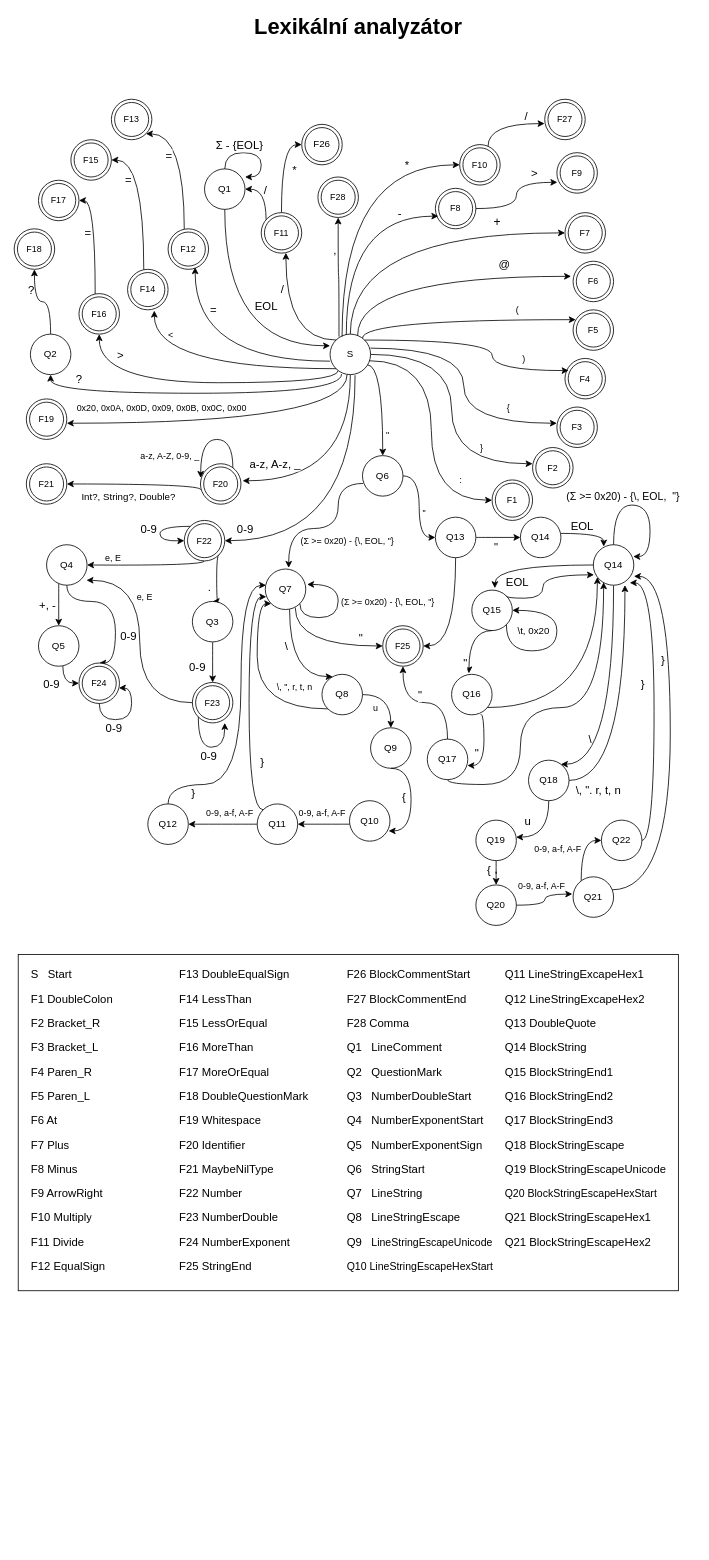
Before: doc/ifj23.drawio in IFJ23-Survivalists/IFJ23, a draw.io diagram. Source tidied: cells renumbered, new cells numbered last; positions are measured from the earlier drawing's top-left corner, leaving out a move shared by most shapes. Both pictures are drawn from the tidied source at 81%, with x=0, y=0 at pixel (14, 15).
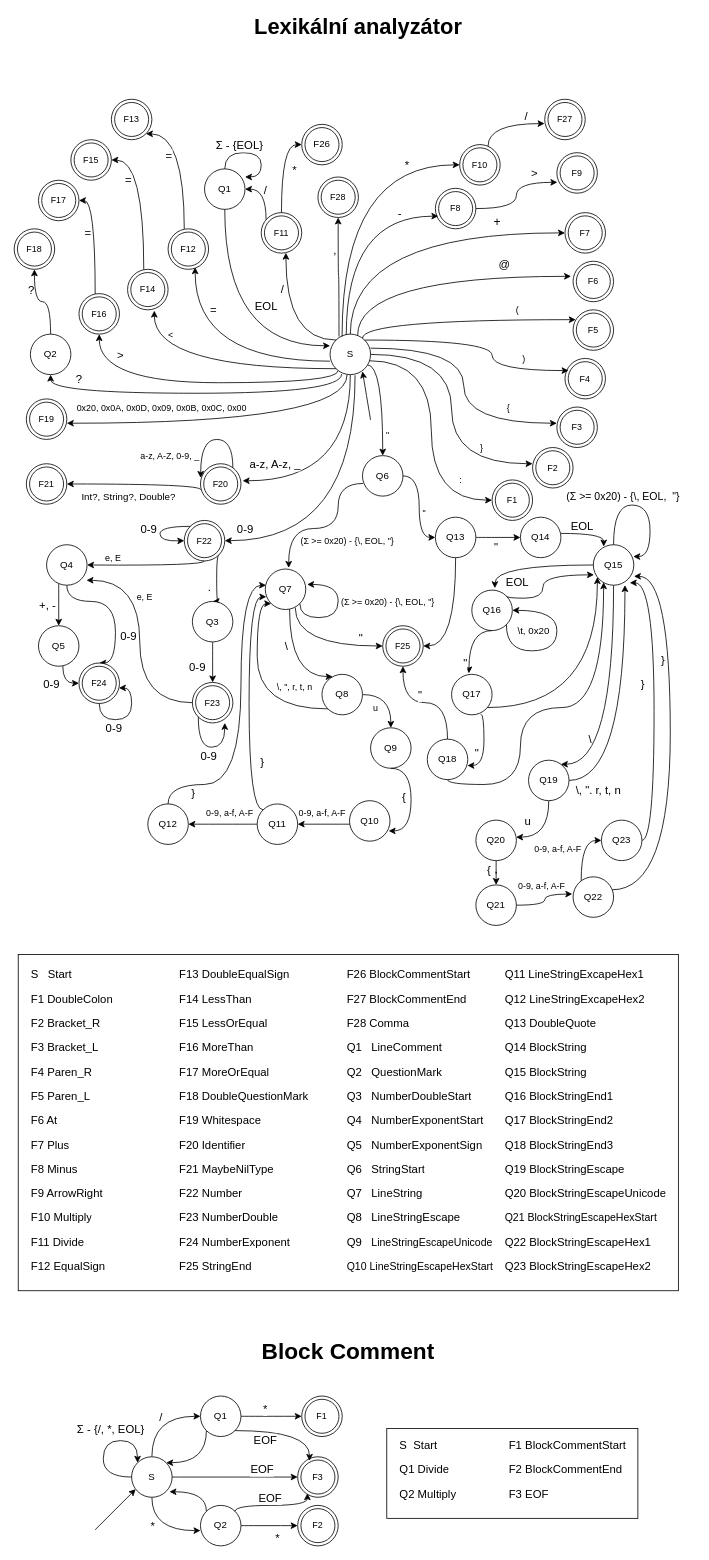
After the change.

Commit message:
Add block commment finite automata

Unchanged cells that the change refers to:
```xml
<mxCell id="18" value="S" style="ellipse;whiteSpace=wrap;html=1;" parent="1" vertex="1">
  <mxGeometry x="390" y="394" width="50" height="50" as="geometry" />
</mxCell>
```

Diff of the diagram source:
```diff
@@
-    <mxCell id="34" value="Q14" style="ellipse;whiteSpace=wrap;html=1;" parent="1" vertex="1">
+    <mxCell id="34" value="Q15" style="ellipse;whiteSpace=wrap;html=1;" parent="1" vertex="1">
       <mxGeometry x="715" y="654" width="50" height="50" as="geometry" />
     </mxCell>
@@
-    <mxCell id="139" value="Q15" style="ellipse;whiteSpace=wrap;html=1;" parent="1" vertex="1">
+    <mxCell id="139" value="Q16" style="ellipse;whiteSpace=wrap;html=1;" parent="1" vertex="1">
       <mxGeometry x="565" y="710" width="50" height="50" as="geometry" />
     </mxCell>
@@
-    <mxCell id="142" value="Q16" style="ellipse;whiteSpace=wrap;html=1;" parent="1" vertex="1">
+    <mxCell id="142" value="Q17" style="ellipse;whiteSpace=wrap;html=1;" parent="1" vertex="1">
       <mxGeometry x="540" y="814" width="50" height="50" as="geometry" />
     </mxCell>
@@
-    <mxCell id="149" value="Q18" style="ellipse;whiteSpace=wrap;html=1;" parent="1" vertex="1">
+    <mxCell id="149" value="Q19" style="ellipse;whiteSpace=wrap;html=1;" parent="1" vertex="1">
       <mxGeometry x="635" y="920" width="50" height="50" as="geometry" />
     </mxCell>
@@
-    <mxCell id="156" value="Q19" style="ellipse;whiteSpace=wrap;html=1;" parent="1" vertex="1">
+    <mxCell id="156" value="Q20" style="ellipse;whiteSpace=wrap;html=1;" parent="1" vertex="1">
       <mxGeometry x="570" y="994" width="50" height="50" as="geometry" />
     </mxCell>
-    <mxCell id="157" value="Q20" style="ellipse;whiteSpace=wrap;html=1;" parent="1" vertex="1">
+    <mxCell id="157" value="Q21" style="ellipse;whiteSpace=wrap;html=1;" parent="1" vertex="1">
       <mxGeometry x="570" y="1074" width="50" height="50" as="geometry" />
     </mxCell>
@@
-    <mxCell id="160" value="Q21" style="ellipse;whiteSpace=wrap;html=1;" parent="1" vertex="1">
+    <mxCell id="160" value="Q22" style="ellipse;whiteSpace=wrap;html=1;" parent="1" vertex="1">
       <mxGeometry x="690" y="1064" width="50" height="50" as="geometry" />
     </mxCell>
-    <mxCell id="161" value="Q22" style="ellipse;whiteSpace=wrap;html=1;" parent="1" vertex="1">
+    <mxCell id="161" value="Q23" style="ellipse;whiteSpace=wrap;html=1;" parent="1" vertex="1">
       <mxGeometry x="725" y="994" width="50" height="50" as="geometry" />
     </mxCell>
@@
-    <mxCell id="177" value="Q15 BlockStringEnd1" style="text;strokeColor=none;fillColor=none;align=left;verticalAlign=middle;spacingLeft=4;spacingRight=4;overflow=hidden;whiteSpace=wrap;html=1;fontSize=14;fontFamily=Helvetica;fontColor=default;" parent="1" vertex="1">
-      <mxGeometry x="600" y="1290" width="190" height="30" as="geometry" />
+    <mxCell id="177" value="Q16 BlockStringEnd1" style="text;strokeColor=none;fillColor=none;align=left;verticalAlign=middle;spacingLeft=4;spacingRight=4;overflow=hidden;whiteSpace=wrap;html=1;fontSize=14;fontFamily=Helvetica;fontColor=default;" parent="1" vertex="1">
+      <mxGeometry x="600" y="1320" width="190" height="30" as="geometry" />
     </mxCell>
@@
-    <mxCell id="180" value="Q16 BlockStringEnd2" style="text;strokeColor=none;fillColor=none;align=left;verticalAlign=middle;spacingLeft=4;spacingRight=4;overflow=hidden;whiteSpace=wrap;html=1;fontSize=14;fontFamily=Helvetica;fontColor=default;" parent="1" vertex="1">
-      <mxGeometry x="600" y="1320" width="190" height="30" as="geometry" />
+    <mxCell id="180" value="Q17 BlockStringEnd2" style="text;strokeColor=none;fillColor=none;align=left;verticalAlign=middle;spacingLeft=4;spacingRight=4;overflow=hidden;whiteSpace=wrap;html=1;fontSize=14;fontFamily=Helvetica;fontColor=default;" parent="1" vertex="1">
+      <mxGeometry x="600" y="1350" width="190" height="30" as="geometry" />
     </mxCell>
@@
-    <mxCell id="184" value="Q18 BlockStringEscape" style="text;strokeColor=none;fillColor=none;align=left;verticalAlign=middle;spacingLeft=4;spacingRight=4;overflow=hidden;whiteSpace=wrap;html=1;fontSize=14;fontFamily=Helvetica;fontColor=default;" parent="1" vertex="1">
-      <mxGeometry x="600" y="1380" width="190" height="30" as="geometry" />
+    <mxCell id="184" value="Q19 BlockStringEscape" style="text;strokeColor=none;fillColor=none;align=left;verticalAlign=middle;spacingLeft=4;spacingRight=4;overflow=hidden;whiteSpace=wrap;html=1;fontSize=14;fontFamily=Helvetica;fontColor=default;" parent="1" vertex="1">
+      <mxGeometry x="600" y="1410" width="190" height="30" as="geometry" />
     </mxCell>
@@
-    <mxCell id="188" value="Q19 BlockStringEscapeUnicode" style="text;strokeColor=none;fillColor=none;align=left;verticalAlign=middle;spacingLeft=4;spacingRight=4;overflow=hidden;whiteSpace=wrap;html=1;fontSize=14;fontFamily=Helvetica;fontColor=default;" parent="1" vertex="1">
-      <mxGeometry x="600" y="1410" width="210" height="30" as="geometry" />
+    <mxCell id="188" value="Q20 BlockStringEscapeUnicode" style="text;strokeColor=none;fillColor=none;align=left;verticalAlign=middle;spacingLeft=4;spacingRight=4;overflow=hidden;whiteSpace=wrap;html=1;fontSize=14;fontFamily=Helvetica;fontColor=default;" parent="1" vertex="1">
+      <mxGeometry x="600" y="1440" width="210" height="30" as="geometry" />
     </mxCell>
@@
-    <mxCell id="192" value="Q20 BlockStringEscapeHexStart" style="text;strokeColor=none;fillColor=none;align=left;verticalAlign=middle;spacingLeft=4;spacingRight=4;overflow=hidden;whiteSpace=wrap;html=1;fontSize=13;fontFamily=Helvetica;fontColor=default;" parent="1" vertex="1">
-      <mxGeometry x="600" y="1440" width="210" height="30" as="geometry" />
+    <mxCell id="192" value="Q21 BlockStringEscapeHexStart" style="text;strokeColor=none;fillColor=none;align=left;verticalAlign=middle;spacingLeft=4;spacingRight=4;overflow=hidden;whiteSpace=wrap;html=1;fontSize=13;fontFamily=Helvetica;fontColor=default;" parent="1" vertex="1">
+      <mxGeometry x="600" y="1470" width="210" height="30" as="geometry" />
     </mxCell>
@@
-    <mxCell id="196" value="Q21 BlockStringEscapeHex1" style="text;strokeColor=none;fillColor=none;align=left;verticalAlign=middle;spacingLeft=4;spacingRight=4;overflow=hidden;whiteSpace=wrap;html=1;fontSize=14;fontFamily=Helvetica;fontColor=default;" parent="1" vertex="1">
-      <mxGeometry x="600" y="1470" width="205" height="30" as="geometry" />
+    <mxCell id="196" value="Q22 BlockStringEscapeHex1" style="text;strokeColor=none;fillColor=none;align=left;verticalAlign=middle;spacingLeft=4;spacingRight=4;overflow=hidden;whiteSpace=wrap;html=1;fontSize=14;fontFamily=Helvetica;fontColor=default;" parent="1" vertex="1">
+      <mxGeometry x="600" y="1500" width="205" height="30" as="geometry" />
     </mxCell>
@@
-    <mxCell id="200" value="Q21 BlockStringEscapeHex2" style="text;strokeColor=none;fillColor=none;align=left;verticalAlign=middle;spacingLeft=4;spacingRight=4;overflow=hidden;whiteSpace=wrap;html=1;fontSize=14;fontFamily=Helvetica;fontColor=default;" parent="1" vertex="1">
-      <mxGeometry x="600" y="1500" width="195" height="30" as="geometry" />
+    <mxCell id="200" value="Q23 BlockStringEscapeHex2" style="text;strokeColor=none;fillColor=none;align=left;verticalAlign=middle;spacingLeft=4;spacingRight=4;overflow=hidden;whiteSpace=wrap;html=1;fontSize=14;fontFamily=Helvetica;fontColor=default;" parent="1" vertex="1">
+      <mxGeometry x="600" y="1530" width="195" height="30" as="geometry" />
     </mxCell>
@@
-    <mxCell id="234" value="Q17" style="ellipse;whiteSpace=wrap;html=1;" parent="1" vertex="1">
+    <mxCell id="234" value="Q18" style="ellipse;whiteSpace=wrap;html=1;" parent="1" vertex="1">
       <mxGeometry x="510" y="894" width="50" height="50" as="geometry" />
     </mxCell>
@@
-    <mxCell id="246" value="Q17 BlockStringEnd3" style="text;strokeColor=none;fillColor=none;align=left;verticalAlign=middle;spacingLeft=4;spacingRight=4;overflow=hidden;whiteSpace=wrap;html=1;fontSize=14;fontFamily=Helvetica;fontColor=default;" parent="1" vertex="1">
-      <mxGeometry x="600" y="1350" width="190" height="30" as="geometry" />
+    <mxCell id="246" value="Q18 BlockStringEnd3" style="text;strokeColor=none;fillColor=none;align=left;verticalAlign=middle;spacingLeft=4;spacingRight=4;overflow=hidden;whiteSpace=wrap;html=1;fontSize=14;fontFamily=Helvetica;fontColor=default;" parent="1" vertex="1">
+      <mxGeometry x="600" y="1380" width="190" height="30" as="geometry" />
     </mxCell>
@@
+    <mxCell id="249" value="Q15 BlockString" style="text;strokeColor=none;fillColor=none;align=left;verticalAlign=middle;spacingLeft=4;spacingRight=4;overflow=hidden;whiteSpace=wrap;html=1;fontSize=14;fontFamily=Helvetica;fontColor=default;" parent="1" vertex="1">
+      <mxGeometry x="600" y="1290" width="190" height="30" as="geometry" />
+    </mxCell>
+    <mxCell id="250" style="edgeStyle=orthogonalEdgeStyle;rounded=0;jettySize=auto;html=1;entryX=0;entryY=0.5;entryDx=0;entryDy=0;curved=1;" parent="1" edge="1" source="254" target="260">
+      <mxGeometry relative="1" as="geometry">
+        <Array as="points">
+          <mxPoint x="170" y="1730" />
+        </Array>
+      </mxGeometry>
+    </mxCell>
+    <mxCell id="251" value="/" style="edgeLabel;html=1;align=center;verticalAlign=middle;fontSize=14;fontFamily=Helvetica;fontColor=default;" parent="250" vertex="1">
+      <mxGeometry x="0.26" y="-9" relative="1" as="geometry">
+        <mxPoint x="-9" y="-9" as="offset" />
+      </mxGeometry>
+    </mxCell>
+    <mxCell id="252" style="edgeStyle=orthogonalEdgeStyle;shape=connector;curved=1;rounded=0;jettySize=auto;html=1;labelBackgroundColor=default;strokeColor=default;align=center;verticalAlign=middle;fontFamily=Helvetica;fontSize=14;fontColor=default;endArrow=classic;entryX=0;entryY=0.5;entryDx=0;entryDy=0;" parent="1" edge="1" source="254" target="268">
+      <mxGeometry relative="1" as="geometry" />
+    </mxCell>
+    <mxCell id="253" value="EOF" style="edgeLabel;html=1;align=center;verticalAlign=middle;fontSize=14;fontFamily=Helvetica;fontColor=default;" parent="252" vertex="1">
+      <mxGeometry x="0.39" y="-2" relative="1" as="geometry">
+        <mxPoint x="2" y="-12" as="offset" />
+      </mxGeometry>
+    </mxCell>
+    <mxCell id="254" value="S" style="ellipse;whiteSpace=wrap;html=1;" parent="1" vertex="1">
+      <mxGeometry x="145" y="1780" width="50" height="50" as="geometry" />
+    </mxCell>
+    <mxCell id="255" value="F1" style="ellipse;shape=doubleEllipse;whiteSpace=wrap;html=1;fontFamily=Helvetica;fontSize=11;fontColor=default;" parent="1" vertex="1">
+      <mxGeometry x="355" y="1705" width="50" height="50" as="geometry" />
+    </mxCell>
+    <mxCell id="256" style="endArrow=classic;html=1;rounded=0;" parent="1" edge="1">
+      <mxGeometry relative="1" as="geometry">
+        <mxPoint x="100" y="1870" as="sourcePoint" />
+        <mxPoint x="150" y="1820" as="targetPoint" />
+      </mxGeometry>
+    </mxCell>
+    <mxCell id="257" style="edgeStyle=orthogonalEdgeStyle;shape=connector;curved=1;rounded=0;jettySize=auto;html=1;entryX=0;entryY=0.5;entryDx=0;entryDy=0;labelBackgroundColor=default;strokeColor=default;align=center;verticalAlign=middle;fontFamily=Helvetica;fontSize=11;fontColor=default;endArrow=classic;" parent="1" edge="1" source="260" target="255">
+      <mxGeometry relative="1" as="geometry" />
+    </mxCell>
+    <mxCell id="258" value="*" style="edgeLabel;html=1;align=center;verticalAlign=middle;fontSize=14;fontFamily=Helvetica;fontColor=default;" parent="257" vertex="1">
+      <mxGeometry x="-0.25" y="2" relative="1" as="geometry">
+        <mxPoint x="1" y="-8" as="offset" />
+      </mxGeometry>
+    </mxCell>
+    <mxCell id="259" style="edgeStyle=orthogonalEdgeStyle;shape=connector;curved=1;rounded=0;jettySize=auto;html=1;exitX=0;exitY=1;exitDx=0;exitDy=0;entryX=1;entryY=0;entryDx=0;entryDy=0;labelBackgroundColor=default;strokeColor=default;align=center;verticalAlign=middle;fontFamily=Helvetica;fontSize=14;fontColor=default;endArrow=classic;" parent="1" edge="1" source="260" target="254">
+      <mxGeometry relative="1" as="geometry">
+        <Array as="points">
+          <mxPoint x="237" y="1787" />
+        </Array>
+      </mxGeometry>
+    </mxCell>
+    <mxCell id="260" value="Q1" style="ellipse;whiteSpace=wrap;html=1;" parent="1" vertex="1">
+      <mxGeometry x="230" y="1705" width="50" height="50" as="geometry" />
+    </mxCell>
+    <mxCell id="261" style="edgeStyle=orthogonalEdgeStyle;shape=connector;curved=1;rounded=0;jettySize=auto;html=1;labelBackgroundColor=default;strokeColor=default;align=center;verticalAlign=middle;fontFamily=Helvetica;fontSize=11;fontColor=default;endArrow=classic;" parent="1" edge="1" source="263" target="266">
+      <mxGeometry relative="1" as="geometry" />
+    </mxCell>
+    <mxCell id="262" value="*" style="edgeLabel;html=1;align=center;verticalAlign=middle;fontSize=14;fontFamily=Helvetica;fontColor=default;" parent="261" vertex="1">
+      <mxGeometry x="-0.13" relative="1" as="geometry">
+        <mxPoint x="14" y="15" as="offset" />
+      </mxGeometry>
+    </mxCell>
+    <mxCell id="263" value="Q2" style="ellipse;whiteSpace=wrap;html=1;" parent="1" vertex="1">
+      <mxGeometry x="230" y="1840" width="50" height="50" as="geometry" />
+    </mxCell>
+    <mxCell id="264" style="edgeStyle=orthogonalEdgeStyle;rounded=0;jettySize=auto;html=1;entryX=0;entryY=0.623;entryDx=0;entryDy=0;entryPerimeter=0;curved=1;" parent="1" edge="1" source="254" target="263">
+      <mxGeometry relative="1" as="geometry">
+        <Array as="points">
+          <mxPoint x="170" y="1871" />
+        </Array>
+      </mxGeometry>
+    </mxCell>
+    <mxCell id="265" value="*" style="edgeLabel;html=1;align=center;verticalAlign=middle;fontSize=14;fontFamily=Helvetica;fontColor=default;" parent="264" vertex="1">
+      <mxGeometry x="0.18" y="7" relative="1" as="geometry">
+        <mxPoint x="-18" y="1" as="offset" />
+      </mxGeometry>
+    </mxCell>
+    <mxCell id="266" value="F2" style="ellipse;shape=doubleEllipse;whiteSpace=wrap;html=1;fontFamily=Helvetica;fontSize=11;fontColor=default;" parent="1" vertex="1">
+      <mxGeometry x="350" y="1840" width="50" height="50" as="geometry" />
+    </mxCell>
+    <mxCell id="267" style="edgeStyle=orthogonalEdgeStyle;shape=connector;curved=1;rounded=0;jettySize=auto;html=1;exitX=0;exitY=0;exitDx=0;exitDy=0;entryX=0.934;entryY=0.863;entryDx=0;entryDy=0;entryPerimeter=0;labelBackgroundColor=default;strokeColor=default;align=center;verticalAlign=middle;fontFamily=Helvetica;fontSize=14;fontColor=default;endArrow=classic;" parent="1" edge="1" source="263" target="254">
+      <mxGeometry relative="1" as="geometry">
+        <Array as="points">
+          <mxPoint x="237" y="1823" />
+        </Array>
+      </mxGeometry>
+    </mxCell>
+    <mxCell id="268" value="F3" style="ellipse;shape=doubleEllipse;whiteSpace=wrap;html=1;fontFamily=Helvetica;fontSize=11;fontColor=default;" parent="1" vertex="1">
+      <mxGeometry x="350" y="1780" width="50" height="50" as="geometry" />
+    </mxCell>
+    <mxCell id="269" style="edgeStyle=orthogonalEdgeStyle;shape=connector;curved=1;rounded=0;jettySize=auto;html=1;exitX=1;exitY=1;exitDx=0;exitDy=0;entryX=0.293;entryY=0.1;entryDx=0;entryDy=0;entryPerimeter=0;labelBackgroundColor=default;strokeColor=default;align=center;verticalAlign=middle;fontFamily=Helvetica;fontSize=14;fontColor=default;endArrow=classic;" parent="1" edge="1" source="260" target="268">
+      <mxGeometry relative="1" as="geometry" />
+    </mxCell>
+    <mxCell id="270" value="EOF" style="edgeLabel;html=1;align=center;verticalAlign=middle;fontSize=14;fontFamily=Helvetica;fontColor=default;" parent="269" vertex="1">
+      <mxGeometry x="-0.1" y="-6" relative="1" as="geometry">
+        <mxPoint x="-21" y="6" as="offset" />
+      </mxGeometry>
+    </mxCell>
+    <mxCell id="271" style="edgeStyle=orthogonalEdgeStyle;shape=connector;curved=1;rounded=0;jettySize=auto;html=1;exitX=1;exitY=0;exitDx=0;exitDy=0;entryX=0.24;entryY=0.9;entryDx=0;entryDy=0;entryPerimeter=0;labelBackgroundColor=default;strokeColor=default;align=center;verticalAlign=middle;fontFamily=Helvetica;fontSize=14;fontColor=default;endArrow=classic;" parent="1" edge="1" source="263" target="268">
+      <mxGeometry relative="1" as="geometry">
+        <Array as="points">
+          <mxPoint x="273" y="1840" />
+          <mxPoint x="362" y="1840" />
+        </Array>
+      </mxGeometry>
+    </mxCell>
+    <mxCell id="272" value="EOF" style="edgeLabel;html=1;align=center;verticalAlign=middle;fontSize=14;fontFamily=Helvetica;fontColor=default;" parent="271" vertex="1">
+      <mxGeometry x="-0.03" y="1" relative="1" as="geometry">
+        <mxPoint x="-4" y="-9" as="offset" />
+      </mxGeometry>
+    </mxCell>
+    <mxCell id="273" style="rounded=0;whiteSpace=wrap;html=1;labelBackgroundColor=default;align=center;verticalAlign=middle;fontFamily=Helvetica;fontSize=14;fontColor=default;fillColor=default;gradientColor=none;" parent="1" vertex="1">
+      <mxGeometry x="460" y="1745" width="310" height="111" as="geometry" />
+    </mxCell>
+    <mxCell id="274" value="S&amp;nbsp; Start" style="text;strokeColor=none;fillColor=none;align=left;verticalAlign=middle;spacingLeft=4;spacingRight=4;overflow=hidden;whiteSpace=wrap;html=1;fontSize=14;fontFamily=Helvetica;fontColor=default;" parent="1" vertex="1">
+      <mxGeometry x="470" y="1751" width="105" height="30" as="geometry" />
+    </mxCell>
+    <mxCell id="275" value="Q1 Divide" style="text;strokeColor=none;fillColor=none;align=left;verticalAlign=middle;spacingLeft=4;spacingRight=4;overflow=hidden;whiteSpace=wrap;html=1;fontSize=14;fontFamily=Helvetica;fontColor=default;" parent="1" vertex="1">
+      <mxGeometry x="470" y="1781" width="105" height="30" as="geometry" />
+    </mxCell>
+    <mxCell id="276" value="Q2 Multiply" style="text;strokeColor=none;fillColor=none;align=left;verticalAlign=middle;spacingLeft=4;spacingRight=4;overflow=hidden;whiteSpace=wrap;html=1;fontSize=14;fontFamily=Helvetica;fontColor=default;" parent="1" vertex="1">
+      <mxGeometry x="470" y="1811" width="105" height="30" as="geometry" />
+    </mxCell>
+    <mxCell id="277" value="F1 BlockCommentStart" style="text;strokeColor=none;fillColor=none;align=left;verticalAlign=middle;spacingLeft=4;spacingRight=4;overflow=hidden;whiteSpace=wrap;html=1;fontSize=14;fontFamily=Helvetica;fontColor=default;" parent="1" vertex="1">
+      <mxGeometry x="605" y="1751" width="165" height="30" as="geometry" />
+    </mxCell>
+    <mxCell id="278" value="F2 BlockCommentEnd" style="text;strokeColor=none;fillColor=none;align=left;verticalAlign=middle;spacingLeft=4;spacingRight=4;overflow=hidden;whiteSpace=wrap;html=1;fontSize=14;fontFamily=Helvetica;fontColor=default;" parent="1" vertex="1">
+      <mxGeometry x="605" y="1781" width="165" height="30" as="geometry" />
+    </mxCell>
+    <mxCell id="279" value="F3 EOF" style="text;strokeColor=none;fillColor=none;align=left;verticalAlign=middle;spacingLeft=4;spacingRight=4;overflow=hidden;whiteSpace=wrap;html=1;fontSize=14;fontFamily=Helvetica;fontColor=default;" parent="1" vertex="1">
+      <mxGeometry x="605" y="1811" width="165" height="30" as="geometry" />
+    </mxCell>
+    <mxCell id="280" style="edgeStyle=orthogonalEdgeStyle;shape=connector;curved=1;rounded=0;orthogonalLoop=1;jettySize=auto;html=1;exitX=0;exitY=0.5;exitDx=0;exitDy=0;entryX=0;entryY=0;entryDx=0;entryDy=0;labelBackgroundColor=default;strokeColor=default;align=center;verticalAlign=middle;fontFamily=Helvetica;fontSize=14;fontColor=default;endArrow=classic;" parent="1" edge="1" source="254" target="254">
+      <mxGeometry relative="1" as="geometry">
+        <Array as="points">
+          <mxPoint x="110" y="1805" />
+          <mxPoint x="110" y="1760" />
+          <mxPoint x="152" y="1760" />
+        </Array>
+      </mxGeometry>
+    </mxCell>
+    <mxCell id="281" value="Σ - {/, *, EOL}" style="edgeLabel;html=1;align=center;verticalAlign=middle;fontSize=14;fontFamily=Helvetica;fontColor=default;" parent="280" vertex="1">
+      <mxGeometry x="0.18" relative="1" as="geometry">
+        <mxPoint y="-15" as="offset" />
+      </mxGeometry>
+    </mxCell>
+    <mxCell id="282" value="Block Comment " style="text;html=1;strokeColor=none;fillColor=none;align=center;verticalAlign=middle;whiteSpace=wrap;rounded=0;fontSize=28;fontFamily=Helvetica;fontColor=default;fontStyle=1;" parent="1" vertex="1">
+      <mxGeometry y="1635" width="825" height="30" as="geometry" />
+    </mxCell>
+    <mxCell id="283" style="endArrow=classic;html=1;rounded=0;labelBackgroundColor=default;strokeColor=default;align=center;verticalAlign=middle;fontFamily=Helvetica;fontSize=14;fontColor=default;shape=connector;curved=1;entryX=0.8;entryY=0.92;entryDx=0;entryDy=0;entryPerimeter=0;" parent="1" edge="1" target="18">
+      <mxGeometry relative="1" as="geometry">
+        <mxPoint x="440" y="500" as="sourcePoint" />
+      </mxGeometry>
+    </mxCell>
```
